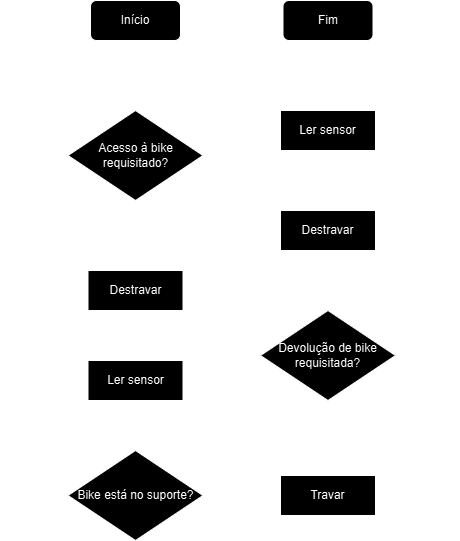
This is images/fluxo-suporte.png from JeanMagnus/bicicletario-universitario, a draw.io export, as it was before one commit. Source tidied: cells renumbered, new cells last; positions are measured from the earlier drawing's top-left corner, leaving out a move shared by most shapes. Source of this version:
```xml
<mxGraphModel>
  <root>
    <mxCell id="0" />
    <mxCell id="1" parent="0" />
    <mxCell id="2" style="edgeStyle=orthogonalEdgeStyle;rounded=0;jettySize=auto;html=1;exitX=0.5;exitY=1;exitDx=0;exitDy=0;entryX=0.5;entryY=0;entryDx=0;entryDy=0;" parent="1" edge="1" source="3">
      <mxGeometry relative="1" as="geometry">
        <mxPoint x="135" y="110" as="targetPoint" />
      </mxGeometry>
    </mxCell>
    <mxCell id="3" value="Início" style="rounded=1;whiteSpace=wrap;html=1;" parent="1" vertex="1">
      <mxGeometry x="90" width="90" height="40" as="geometry" />
    </mxCell>
    <mxCell id="4" style="edgeStyle=orthogonalEdgeStyle;rounded=0;jettySize=auto;html=1;exitX=0;exitY=0.5;exitDx=0;exitDy=0;entryX=0;entryY=0.5;entryDx=0;entryDy=0;" parent="1" edge="1" source="6" target="3">
      <mxGeometry relative="1" as="geometry" />
    </mxCell>
    <mxCell id="5" style="edgeStyle=orthogonalEdgeStyle;rounded=0;jettySize=auto;html=1;exitX=0.5;exitY=1;exitDx=0;exitDy=0;" parent="1" edge="1" source="13">
      <mxGeometry relative="1" as="geometry">
        <mxPoint x="135" y="310" as="targetPoint" />
      </mxGeometry>
    </mxCell>
    <mxCell id="6" value="Acesso à bike requisitado?" style="rhombus;whiteSpace=wrap;html=1;" parent="1" vertex="1">
      <mxGeometry x="67.5" y="110" width="135" height="90" as="geometry" />
    </mxCell>
    <mxCell id="7" value="Não" style="text;html=1;align=center;verticalAlign=middle;strokeColor=none;fillColor=none;" parent="1" vertex="1">
      <mxGeometry y="70" width="50" height="30" as="geometry" />
    </mxCell>
    <mxCell id="8" value="Sim" style="text;html=1;align=center;verticalAlign=middle;strokeColor=none;fillColor=none;" parent="1" vertex="1">
      <mxGeometry x="100" y="220" width="40" height="30" as="geometry" />
    </mxCell>
    <mxCell id="9" style="edgeStyle=orthogonalEdgeStyle;rounded=0;jettySize=auto;html=1;exitX=0.5;exitY=1;exitDx=0;exitDy=0;entryX=0.5;entryY=0;entryDx=0;entryDy=0;" parent="1" edge="1" source="13" target="11">
      <mxGeometry relative="1" as="geometry" />
    </mxCell>
    <mxCell id="10" style="edgeStyle=orthogonalEdgeStyle;rounded=0;jettySize=auto;html=1;exitX=0.5;exitY=1;exitDx=0;exitDy=0;entryX=0.5;entryY=0;entryDx=0;entryDy=0;" parent="1" edge="1" source="11" target="16">
      <mxGeometry relative="1" as="geometry" />
    </mxCell>
    <mxCell id="11" value="Ler sensor" style="rounded=0;whiteSpace=wrap;html=1;" parent="1" vertex="1">
      <mxGeometry x="87.5" y="360" width="95" height="40" as="geometry" />
    </mxCell>
    <mxCell id="12" style="edgeStyle=orthogonalEdgeStyle;rounded=0;jettySize=auto;html=1;exitX=0.5;exitY=1;exitDx=0;exitDy=0;" parent="1" edge="1" source="6" target="13">
      <mxGeometry relative="1" as="geometry" />
    </mxCell>
    <mxCell id="13" value="Destravar" style="rounded=0;whiteSpace=wrap;html=1;" parent="1" vertex="1">
      <mxGeometry x="87.5" y="270" width="95" height="40" as="geometry" />
    </mxCell>
    <mxCell id="14" style="edgeStyle=orthogonalEdgeStyle;rounded=0;jettySize=auto;html=1;exitX=1;exitY=0.5;exitDx=0;exitDy=0;" parent="1" edge="1" source="16">
      <mxGeometry relative="1" as="geometry">
        <mxPoint x="280" y="495" as="targetPoint" />
      </mxGeometry>
    </mxCell>
    <mxCell id="15" style="edgeStyle=orthogonalEdgeStyle;rounded=0;jettySize=auto;html=1;exitX=0;exitY=0.5;exitDx=0;exitDy=0;entryX=0;entryY=0.5;entryDx=0;entryDy=0;" parent="1" edge="1" source="16" target="11">
      <mxGeometry relative="1" as="geometry" />
    </mxCell>
    <mxCell id="16" value="Bike está no suporte?" style="rhombus;whiteSpace=wrap;html=1;" parent="1" vertex="1">
      <mxGeometry x="67.5" y="450" width="135" height="90" as="geometry" />
    </mxCell>
    <mxCell id="17" value="Não" style="text;html=1;align=center;verticalAlign=middle;strokeColor=none;fillColor=none;" parent="1" vertex="1">
      <mxGeometry x="205" y="468" width="50" height="30" as="geometry" />
    </mxCell>
    <mxCell id="18" style="edgeStyle=orthogonalEdgeStyle;rounded=0;jettySize=auto;html=1;exitX=0.5;exitY=0;exitDx=0;exitDy=0;entryX=0.5;entryY=1;entryDx=0;entryDy=0;" parent="1" edge="1" source="19" target="23">
      <mxGeometry relative="1" as="geometry" />
    </mxCell>
    <mxCell id="19" value="Travar" style="rounded=0;whiteSpace=wrap;html=1;" parent="1" vertex="1">
      <mxGeometry x="280" y="475" width="95" height="40" as="geometry" />
    </mxCell>
    <mxCell id="20" value="Sim" style="text;html=1;align=center;verticalAlign=middle;strokeColor=none;fillColor=none;" parent="1" vertex="1">
      <mxGeometry x="5" y="420" width="40" height="30" as="geometry" />
    </mxCell>
    <mxCell id="21" style="edgeStyle=orthogonalEdgeStyle;rounded=0;jettySize=auto;html=1;exitX=0.5;exitY=0;exitDx=0;exitDy=0;entryX=0.5;entryY=1;entryDx=0;entryDy=0;" parent="1" edge="1" source="23" target="25">
      <mxGeometry relative="1" as="geometry" />
    </mxCell>
    <mxCell id="22" style="edgeStyle=orthogonalEdgeStyle;rounded=0;jettySize=auto;html=1;exitX=1;exitY=0.5;exitDx=0;exitDy=0;entryX=1;entryY=0.5;entryDx=0;entryDy=0;" parent="1" edge="1" source="23" target="19">
      <mxGeometry relative="1" as="geometry" />
    </mxCell>
    <mxCell id="23" value="Devolução de bike requisitada?" style="rhombus;whiteSpace=wrap;html=1;" parent="1" vertex="1">
      <mxGeometry x="260" y="310" width="135" height="90" as="geometry" />
    </mxCell>
    <mxCell id="24" style="edgeStyle=orthogonalEdgeStyle;rounded=0;jettySize=auto;html=1;exitX=0.5;exitY=0;exitDx=0;exitDy=0;entryX=0.5;entryY=1;entryDx=0;entryDy=0;" parent="1" edge="1" source="25" target="29">
      <mxGeometry relative="1" as="geometry" />
    </mxCell>
    <mxCell id="25" value="Destravar" style="rounded=0;whiteSpace=wrap;html=1;" parent="1" vertex="1">
      <mxGeometry x="280" y="210" width="95" height="40" as="geometry" />
    </mxCell>
    <mxCell id="26" value="Sim" style="text;html=1;align=center;verticalAlign=middle;strokeColor=none;fillColor=none;" parent="1" vertex="1">
      <mxGeometry x="320" y="270" width="40" height="30" as="geometry" />
    </mxCell>
    <mxCell id="27" value="Não" style="text;html=1;align=center;verticalAlign=middle;strokeColor=none;fillColor=none;" parent="1" vertex="1">
      <mxGeometry x="410" y="410" width="50" height="30" as="geometry" />
    </mxCell>
    <mxCell id="28" style="edgeStyle=orthogonalEdgeStyle;rounded=0;jettySize=auto;html=1;exitX=0.5;exitY=0;exitDx=0;exitDy=0;entryX=0.5;entryY=1;entryDx=0;entryDy=0;" parent="1" edge="1" source="29" target="30">
      <mxGeometry relative="1" as="geometry" />
    </mxCell>
    <mxCell id="29" value="Ler sensor" style="rounded=0;whiteSpace=wrap;html=1;" parent="1" vertex="1">
      <mxGeometry x="280" y="110" width="95" height="40" as="geometry" />
    </mxCell>
    <mxCell id="30" value="Fim" style="rounded=1;whiteSpace=wrap;html=1;" parent="1" vertex="1">
      <mxGeometry x="282.5" width="90" height="40" as="geometry" />
    </mxCell>
  </root>
</mxGraphModel>
```
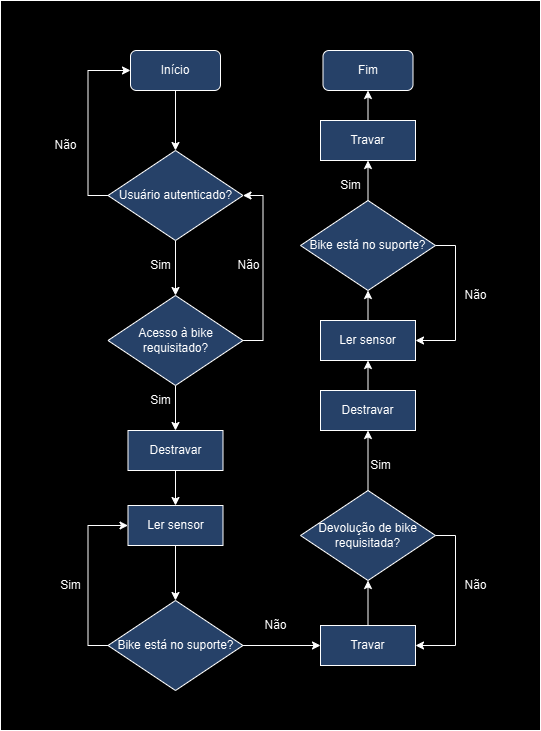
After the commit.

Change to the diagram source:
```diff
@@ -1,99 +1,129 @@
 <mxGraphModel>
   <root>
-    <mxCell id="0" />
-    <mxCell id="1" parent="0" />
-    <mxCell id="2" style="edgeStyle=orthogonalEdgeStyle;rounded=0;jettySize=auto;html=1;exitX=0.5;exitY=1;exitDx=0;exitDy=0;entryX=0.5;entryY=0;entryDx=0;entryDy=0;" parent="1" edge="1" source="3">
-      <mxGeometry relative="1" as="geometry">
-        <mxPoint x="135" y="110" as="targetPoint" />
-      </mxGeometry>
-    </mxCell>
+    <mxCell id="31" />
+    <mxCell id="32" parent="31" />
+    <mxCell id="33" style="rounded=0;whiteSpace=wrap;html=1;" parent="32" vertex="1">
+      <mxGeometry x="-10" y="60" width="540" height="730" as="geometry" />
+    </mxCell>
+    <mxCell id="34" style="edgeStyle=orthogonalEdgeStyle;rounded=0;jettySize=auto;html=1;exitX=0;exitY=0.5;exitDx=0;exitDy=0;entryX=0;entryY=0.5;entryDx=0;entryDy=0;" parent="32" edge="1" source="36" target="3">
+      <mxGeometry relative="1" as="geometry" />
+    </mxCell>
+    <mxCell id="35" style="edgeStyle=orthogonalEdgeStyle;rounded=0;jettySize=auto;html=1;exitX=0.5;exitY=1;exitDx=0;exitDy=0;entryX=0.5;entryY=0;entryDx=0;entryDy=0;" parent="32" edge="1" source="36" target="6">
+      <mxGeometry relative="1" as="geometry" />
+    </mxCell>
+    <mxCell id="36" value="Usuário autenticado?" style="rhombus;whiteSpace=wrap;html=1;fillColor=#A9C4EB;" parent="32" vertex="1">
+      <mxGeometry x="97.5" y="210" width="135" height="90" as="geometry" />
+    </mxCell>
+    <mxCell id="37" style="edgeStyle=orthogonalEdgeStyle;rounded=0;jettySize=auto;html=1;exitX=0.5;exitY=1;exitDx=0;exitDy=0;entryX=0.5;entryY=0;entryDx=0;entryDy=0;" parent="32" edge="1" source="3" target="36">
+      <mxGeometry relative="1" as="geometry" />
+    </mxCell>
-    <mxCell id="3" value="Início" style="rounded=1;whiteSpace=wrap;html=1;" parent="1" vertex="1">
-      <mxGeometry x="90" width="90" height="40" as="geometry" />
+    <mxCell id="3" value="Início" style="rounded=1;whiteSpace=wrap;html=1;fillColor=#A9C4EB;" parent="32" vertex="1">
+      <mxGeometry x="120" y="110" width="90" height="40" as="geometry" />
     </mxCell>
-    <mxCell id="4" style="edgeStyle=orthogonalEdgeStyle;rounded=0;jettySize=auto;html=1;exitX=0;exitY=0.5;exitDx=0;exitDy=0;entryX=0;entryY=0.5;entryDx=0;entryDy=0;" parent="1" edge="1" source="6" target="3">
-      <mxGeometry relative="1" as="geometry" />
-    </mxCell>
-    <mxCell id="5" style="edgeStyle=orthogonalEdgeStyle;rounded=0;jettySize=auto;html=1;exitX=0.5;exitY=1;exitDx=0;exitDy=0;" parent="1" edge="1" source="13">
-      <mxGeometry relative="1" as="geometry">
-        <mxPoint x="135" y="310" as="targetPoint" />
-      </mxGeometry>
-    </mxCell>
+    <mxCell id="38" style="edgeStyle=orthogonalEdgeStyle;rounded=0;jettySize=auto;html=1;exitX=0.5;exitY=1;exitDx=0;exitDy=0;entryX=0.5;entryY=0;entryDx=0;entryDy=0;" parent="32" edge="1" source="6" target="41">
+      <mxGeometry relative="1" as="geometry" />
+    </mxCell>
+    <mxCell id="39" style="edgeStyle=orthogonalEdgeStyle;rounded=0;jettySize=auto;html=1;exitX=1;exitY=0.5;exitDx=0;exitDy=0;entryX=1;entryY=0.5;entryDx=0;entryDy=0;" parent="32" edge="1" source="6" target="36">
+      <mxGeometry relative="1" as="geometry" />
+    </mxCell>
-    <mxCell id="6" value="Acesso à bike requisitado?" style="rhombus;whiteSpace=wrap;html=1;" parent="1" vertex="1">
-      <mxGeometry x="67.5" y="110" width="135" height="90" as="geometry" />
+    <mxCell id="6" value="Acesso à bike requisitado?" style="rhombus;whiteSpace=wrap;html=1;fillColor=#A9C4EB;" parent="32" vertex="1">
+      <mxGeometry x="97.5" y="355" width="135" height="90" as="geometry" />
     </mxCell>
-    <mxCell id="7" value="Não" style="text;html=1;align=center;verticalAlign=middle;strokeColor=none;fillColor=none;" parent="1" vertex="1">
-      <mxGeometry y="70" width="50" height="30" as="geometry" />
-    </mxCell>
-    <mxCell id="8" value="Sim" style="text;html=1;align=center;verticalAlign=middle;strokeColor=none;fillColor=none;" parent="1" vertex="1">
-      <mxGeometry x="100" y="220" width="40" height="30" as="geometry" />
-    </mxCell>
-    <mxCell id="9" style="edgeStyle=orthogonalEdgeStyle;rounded=0;jettySize=auto;html=1;exitX=0.5;exitY=1;exitDx=0;exitDy=0;entryX=0.5;entryY=0;entryDx=0;entryDy=0;" parent="1" edge="1" source="13" target="11">
-      <mxGeometry relative="1" as="geometry" />
-    </mxCell>
-    <mxCell id="10" style="edgeStyle=orthogonalEdgeStyle;rounded=0;jettySize=auto;html=1;exitX=0.5;exitY=1;exitDx=0;exitDy=0;entryX=0.5;entryY=0;entryDx=0;entryDy=0;" parent="1" edge="1" source="11" target="16">
-      <mxGeometry relative="1" as="geometry" />
-    </mxCell>
-    <mxCell id="11" value="Ler sensor" style="rounded=0;whiteSpace=wrap;html=1;" parent="1" vertex="1">
-      <mxGeometry x="87.5" y="360" width="95" height="40" as="geometry" />
-    </mxCell>
-    <mxCell id="12" style="edgeStyle=orthogonalEdgeStyle;rounded=0;jettySize=auto;html=1;exitX=0.5;exitY=1;exitDx=0;exitDy=0;" parent="1" edge="1" source="6" target="13">
-      <mxGeometry relative="1" as="geometry" />
-    </mxCell>
-    <mxCell id="13" value="Destravar" style="rounded=0;whiteSpace=wrap;html=1;" parent="1" vertex="1">
-      <mxGeometry x="87.5" y="270" width="95" height="40" as="geometry" />
-    </mxCell>
-    <mxCell id="14" style="edgeStyle=orthogonalEdgeStyle;rounded=0;jettySize=auto;html=1;exitX=1;exitY=0.5;exitDx=0;exitDy=0;" parent="1" edge="1" source="16">
-      <mxGeometry relative="1" as="geometry">
-        <mxPoint x="280" y="495" as="targetPoint" />
-      </mxGeometry>
-    </mxCell>
-    <mxCell id="15" style="edgeStyle=orthogonalEdgeStyle;rounded=0;jettySize=auto;html=1;exitX=0;exitY=0.5;exitDx=0;exitDy=0;entryX=0;entryY=0.5;entryDx=0;entryDy=0;" parent="1" edge="1" source="16" target="11">
-      <mxGeometry relative="1" as="geometry" />
-    </mxCell>
-    <mxCell id="16" value="Bike está no suporte?" style="rhombus;whiteSpace=wrap;html=1;" parent="1" vertex="1">
-      <mxGeometry x="67.5" y="450" width="135" height="90" as="geometry" />
-    </mxCell>
-    <mxCell id="17" value="Não" style="text;html=1;align=center;verticalAlign=middle;strokeColor=none;fillColor=none;" parent="1" vertex="1">
-      <mxGeometry x="205" y="468" width="50" height="30" as="geometry" />
-    </mxCell>
-    <mxCell id="18" style="edgeStyle=orthogonalEdgeStyle;rounded=0;jettySize=auto;html=1;exitX=0.5;exitY=0;exitDx=0;exitDy=0;entryX=0.5;entryY=1;entryDx=0;entryDy=0;" parent="1" edge="1" source="19" target="23">
-      <mxGeometry relative="1" as="geometry" />
-    </mxCell>
-    <mxCell id="19" value="Travar" style="rounded=0;whiteSpace=wrap;html=1;" parent="1" vertex="1">
-      <mxGeometry x="280" y="475" width="95" height="40" as="geometry" />
-    </mxCell>
-    <mxCell id="20" value="Sim" style="text;html=1;align=center;verticalAlign=middle;strokeColor=none;fillColor=none;" parent="1" vertex="1">
-      <mxGeometry x="5" y="420" width="40" height="30" as="geometry" />
-    </mxCell>
-    <mxCell id="21" style="edgeStyle=orthogonalEdgeStyle;rounded=0;jettySize=auto;html=1;exitX=0.5;exitY=0;exitDx=0;exitDy=0;entryX=0.5;entryY=1;entryDx=0;entryDy=0;" parent="1" edge="1" source="23" target="25">
-      <mxGeometry relative="1" as="geometry" />
-    </mxCell>
-    <mxCell id="22" style="edgeStyle=orthogonalEdgeStyle;rounded=0;jettySize=auto;html=1;exitX=1;exitY=0.5;exitDx=0;exitDy=0;entryX=1;entryY=0.5;entryDx=0;entryDy=0;" parent="1" edge="1" source="23" target="19">
-      <mxGeometry relative="1" as="geometry" />
-    </mxCell>
+    <mxCell id="40" style="edgeStyle=orthogonalEdgeStyle;rounded=0;jettySize=auto;html=1;exitX=0.5;exitY=1;exitDx=0;exitDy=0;entryX=0.5;entryY=0;entryDx=0;entryDy=0;" parent="32" edge="1" source="41" target="56">
+      <mxGeometry relative="1" as="geometry" />
+    </mxCell>
+    <mxCell id="41" value="Destravar" style="rounded=0;whiteSpace=wrap;html=1;fillColor=#A9C4EB;" parent="32" vertex="1">
+      <mxGeometry x="117.5" y="490" width="95" height="40" as="geometry" />
+    </mxCell>
+    <mxCell id="42" style="edgeStyle=orthogonalEdgeStyle;rounded=0;jettySize=auto;html=1;exitX=0;exitY=0.5;exitDx=0;exitDy=0;entryX=0;entryY=0.5;entryDx=0;entryDy=0;" parent="32" edge="1" source="44" target="56">
+      <mxGeometry relative="1" as="geometry" />
+    </mxCell>
+    <mxCell id="43" style="edgeStyle=orthogonalEdgeStyle;rounded=0;jettySize=auto;html=1;exitX=1;exitY=0.5;exitDx=0;exitDy=0;entryX=0;entryY=0.5;entryDx=0;entryDy=0;" parent="32" edge="1" source="44" target="46">
+      <mxGeometry relative="1" as="geometry" />
+    </mxCell>
+    <mxCell id="44" value="Bike está no suporte?" style="rhombus;whiteSpace=wrap;html=1;fillColor=#A9C4EB;" parent="32" vertex="1">
+      <mxGeometry x="97.5" y="660" width="135" height="90" as="geometry" />
+    </mxCell>
+    <mxCell id="45" style="edgeStyle=orthogonalEdgeStyle;rounded=0;jettySize=auto;html=1;exitX=0.5;exitY=0;exitDx=0;exitDy=0;entryX=0.5;entryY=1;entryDx=0;entryDy=0;" parent="32" edge="1" source="46" target="23">
+      <mxGeometry relative="1" as="geometry" />
+    </mxCell>
+    <mxCell id="46" value="Travar" style="rounded=0;whiteSpace=wrap;html=1;fillColor=#A9C4EB;" parent="32" vertex="1">
+      <mxGeometry x="310" y="685" width="95" height="40" as="geometry" />
+    </mxCell>
+    <mxCell id="47" style="edgeStyle=orthogonalEdgeStyle;rounded=0;jettySize=auto;html=1;exitX=1;exitY=0.5;exitDx=0;exitDy=0;entryX=1;entryY=0.5;entryDx=0;entryDy=0;" parent="32" edge="1" source="23" target="46">
+      <mxGeometry relative="1" as="geometry" />
+    </mxCell>
+    <mxCell id="48" style="edgeStyle=orthogonalEdgeStyle;rounded=0;jettySize=auto;html=1;exitX=0.5;exitY=0;exitDx=0;exitDy=0;entryX=0.5;entryY=1;entryDx=0;entryDy=0;" parent="32" edge="1" source="23" target="50">
+      <mxGeometry relative="1" as="geometry" />
+    </mxCell>
-    <mxCell id="23" value="Devolução de bike requisitada?" style="rhombus;whiteSpace=wrap;html=1;" parent="1" vertex="1">
-      <mxGeometry x="260" y="310" width="135" height="90" as="geometry" />
+    <mxCell id="23" value="Devolução de bike requisitada?" style="rhombus;whiteSpace=wrap;html=1;fillColor=#A9C4EB;" parent="32" vertex="1">
+      <mxGeometry x="290" y="550" width="135" height="90" as="geometry" />
     </mxCell>
-    <mxCell id="24" style="edgeStyle=orthogonalEdgeStyle;rounded=0;jettySize=auto;html=1;exitX=0.5;exitY=0;exitDx=0;exitDy=0;entryX=0.5;entryY=1;entryDx=0;entryDy=0;" parent="1" edge="1" source="25" target="29">
-      <mxGeometry relative="1" as="geometry" />
-    </mxCell>
-    <mxCell id="25" value="Destravar" style="rounded=0;whiteSpace=wrap;html=1;" parent="1" vertex="1">
-      <mxGeometry x="280" y="210" width="95" height="40" as="geometry" />
-    </mxCell>
-    <mxCell id="26" value="Sim" style="text;html=1;align=center;verticalAlign=middle;strokeColor=none;fillColor=none;" parent="1" vertex="1">
-      <mxGeometry x="320" y="270" width="40" height="30" as="geometry" />
-    </mxCell>
-    <mxCell id="27" value="Não" style="text;html=1;align=center;verticalAlign=middle;strokeColor=none;fillColor=none;" parent="1" vertex="1">
-      <mxGeometry x="410" y="410" width="50" height="30" as="geometry" />
-    </mxCell>
-    <mxCell id="28" style="edgeStyle=orthogonalEdgeStyle;rounded=0;jettySize=auto;html=1;exitX=0.5;exitY=0;exitDx=0;exitDy=0;entryX=0.5;entryY=1;entryDx=0;entryDy=0;" parent="1" edge="1" source="29" target="30">
-      <mxGeometry relative="1" as="geometry" />
-    </mxCell>
-    <mxCell id="29" value="Ler sensor" style="rounded=0;whiteSpace=wrap;html=1;" parent="1" vertex="1">
-      <mxGeometry x="280" y="110" width="95" height="40" as="geometry" />
-    </mxCell>
+    <mxCell id="49" style="edgeStyle=orthogonalEdgeStyle;rounded=0;jettySize=auto;html=1;exitX=0.5;exitY=0;exitDx=0;exitDy=0;entryX=0.5;entryY=1;entryDx=0;entryDy=0;" parent="32" edge="1" source="50" target="52">
+      <mxGeometry relative="1" as="geometry" />
+    </mxCell>
+    <mxCell id="50" value="Destravar" style="rounded=0;whiteSpace=wrap;html=1;fillColor=#A9C4EB;" parent="32" vertex="1">
+      <mxGeometry x="310" y="450" width="95" height="40" as="geometry" />
+    </mxCell>
+    <mxCell id="51" style="edgeStyle=orthogonalEdgeStyle;rounded=0;jettySize=auto;html=1;exitX=0.5;exitY=0;exitDx=0;exitDy=0;entryX=0.5;entryY=1;entryDx=0;entryDy=0;" parent="32" edge="1" source="52" target="65">
+      <mxGeometry relative="1" as="geometry" />
+    </mxCell>
+    <mxCell id="52" value="Ler sensor" style="rounded=0;whiteSpace=wrap;html=1;fillColor=#A9C4EB;" parent="32" vertex="1">
+      <mxGeometry x="310" y="380" width="95" height="40" as="geometry" />
+    </mxCell>
-    <mxCell id="30" value="Fim" style="rounded=1;whiteSpace=wrap;html=1;" parent="1" vertex="1">
-      <mxGeometry x="282.5" width="90" height="40" as="geometry" />
+    <mxCell id="30" value="Fim" style="rounded=1;whiteSpace=wrap;html=1;fillColor=#A9C4EB;" parent="32" vertex="1">
+      <mxGeometry x="312.5" y="110" width="90" height="40" as="geometry" />
     </mxCell>
+    <mxCell id="53" value="Não" style="text;html=1;align=center;verticalAlign=middle;strokeColor=none;fillColor=none;" parent="32" vertex="1">
+      <mxGeometry x="30" y="190" width="50" height="30" as="geometry" />
+    </mxCell>
+    <mxCell id="54" value="Sim" style="text;html=1;align=center;verticalAlign=middle;strokeColor=none;fillColor=none;" parent="32" vertex="1">
+      <mxGeometry x="130" y="310" width="40" height="30" as="geometry" />
+    </mxCell>
+    <mxCell id="55" style="edgeStyle=orthogonalEdgeStyle;rounded=0;jettySize=auto;html=1;exitX=0.5;exitY=1;exitDx=0;exitDy=0;entryX=0.5;entryY=0;entryDx=0;entryDy=0;" parent="32" edge="1" source="56" target="44">
+      <mxGeometry relative="1" as="geometry" />
+    </mxCell>
+    <mxCell id="56" value="Ler sensor" style="rounded=0;whiteSpace=wrap;html=1;fillColor=#A9C4EB;" parent="32" vertex="1">
+      <mxGeometry x="117.5" y="565" width="95" height="40" as="geometry" />
+    </mxCell>
+    <mxCell id="57" value="Sim" style="text;html=1;align=center;verticalAlign=middle;strokeColor=none;fillColor=none;" parent="32" vertex="1">
+      <mxGeometry x="40" y="630" width="40" height="30" as="geometry" />
+    </mxCell>
+    <mxCell id="58" value="Não" style="text;html=1;align=center;verticalAlign=middle;strokeColor=none;fillColor=none;" parent="32" vertex="1">
+      <mxGeometry x="240" y="670" width="50" height="30" as="geometry" />
+    </mxCell>
+    <mxCell id="59" value="Não" style="text;html=1;align=center;verticalAlign=middle;strokeColor=none;fillColor=none;" parent="32" vertex="1">
+      <mxGeometry x="440" y="630" width="50" height="30" as="geometry" />
+    </mxCell>
+    <mxCell id="60" value="Sim" style="text;html=1;align=center;verticalAlign=middle;strokeColor=none;fillColor=none;" parent="32" vertex="1">
+      <mxGeometry x="350" y="510" width="40" height="30" as="geometry" />
+    </mxCell>
+    <mxCell id="61" value="Não" style="text;html=1;align=center;verticalAlign=middle;strokeColor=none;fillColor=none;" parent="32" vertex="1">
+      <mxGeometry x="212.5" y="310" width="50" height="30" as="geometry" />
+    </mxCell>
+    <mxCell id="62" value="Sim" style="text;html=1;align=center;verticalAlign=middle;strokeColor=none;fillColor=none;" parent="32" vertex="1">
+      <mxGeometry x="130" y="445" width="40" height="30" as="geometry" />
+    </mxCell>
+    <mxCell id="63" style="edgeStyle=orthogonalEdgeStyle;rounded=0;jettySize=auto;html=1;exitX=1;exitY=0.5;exitDx=0;exitDy=0;entryX=1;entryY=0.5;entryDx=0;entryDy=0;" parent="32" edge="1" source="65" target="52">
+      <mxGeometry relative="1" as="geometry" />
+    </mxCell>
+    <mxCell id="64" style="edgeStyle=orthogonalEdgeStyle;rounded=0;jettySize=auto;html=1;exitX=0.5;exitY=0;exitDx=0;exitDy=0;entryX=0.5;entryY=1;entryDx=0;entryDy=0;" parent="32" edge="1" source="65" target="67">
+      <mxGeometry relative="1" as="geometry" />
+    </mxCell>
+    <mxCell id="65" value="Bike está no suporte?" style="rhombus;whiteSpace=wrap;html=1;fillColor=#A9C4EB;" parent="32" vertex="1">
+      <mxGeometry x="290" y="260" width="135" height="90" as="geometry" />
+    </mxCell>
+    <mxCell id="66" style="edgeStyle=orthogonalEdgeStyle;rounded=0;jettySize=auto;html=1;exitX=0.5;exitY=0;exitDx=0;exitDy=0;entryX=0.5;entryY=1;entryDx=0;entryDy=0;" parent="32" edge="1" source="67" target="30">
+      <mxGeometry relative="1" as="geometry" />
+    </mxCell>
+    <mxCell id="67" value="Travar" style="rounded=0;whiteSpace=wrap;html=1;fillColor=#A9C4EB;" parent="32" vertex="1">
+      <mxGeometry x="310" y="180" width="95" height="40" as="geometry" />
+    </mxCell>
+    <mxCell id="68" value="Não" style="text;html=1;align=center;verticalAlign=middle;strokeColor=none;fillColor=none;" parent="32" vertex="1">
+      <mxGeometry x="440" y="340" width="50" height="30" as="geometry" />
+    </mxCell>
+    <mxCell id="69" value="Sim" style="text;html=1;align=center;verticalAlign=middle;strokeColor=none;fillColor=none;" parent="32" vertex="1">
+      <mxGeometry x="320" y="230" width="40" height="30" as="geometry" />
+    </mxCell>
   </root>
 </mxGraphModel>
```
